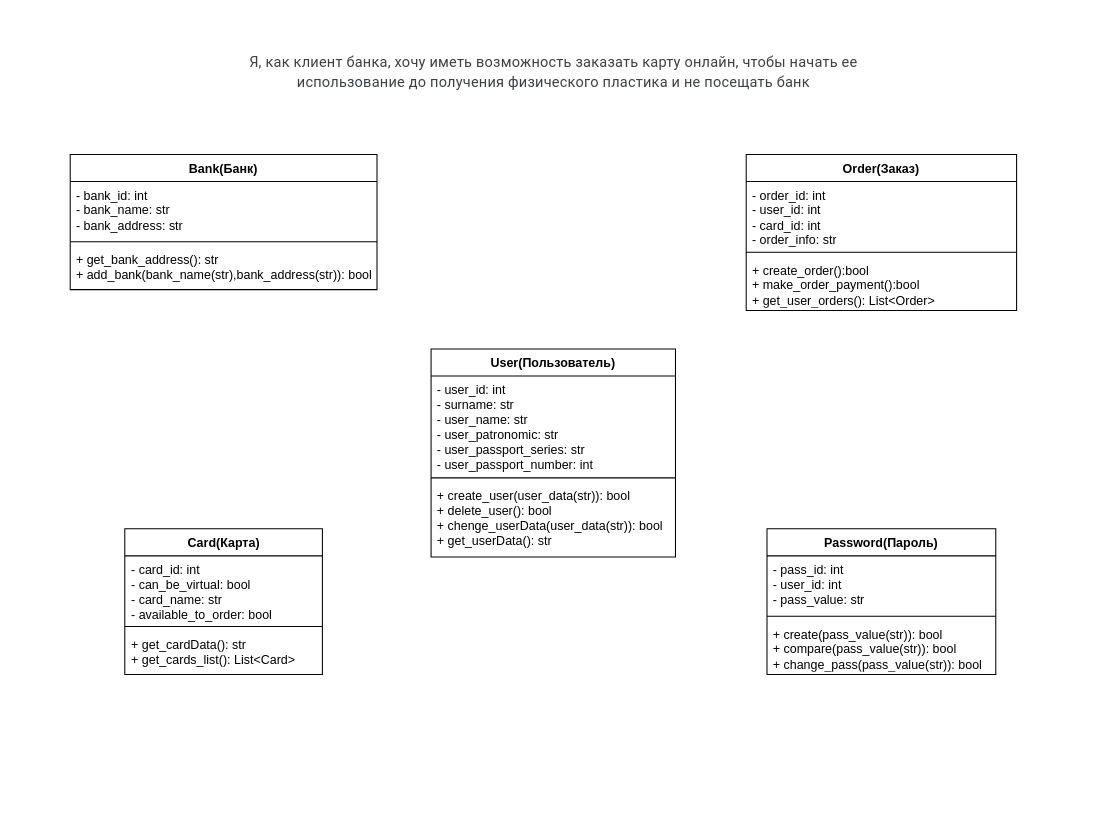
Earlier version of the draw.io diagram ClassDiagramBank.drawio (d8putat/Diagrams). Source tidied: cells renumbered, new cells numbered last; positions are measured from the earlier drawing's top-left corner, leaving out a move shared by most shapes. Both pictures are drawn from the tidied source at 104%, with x=0, y=0 at pixel (70, 40).
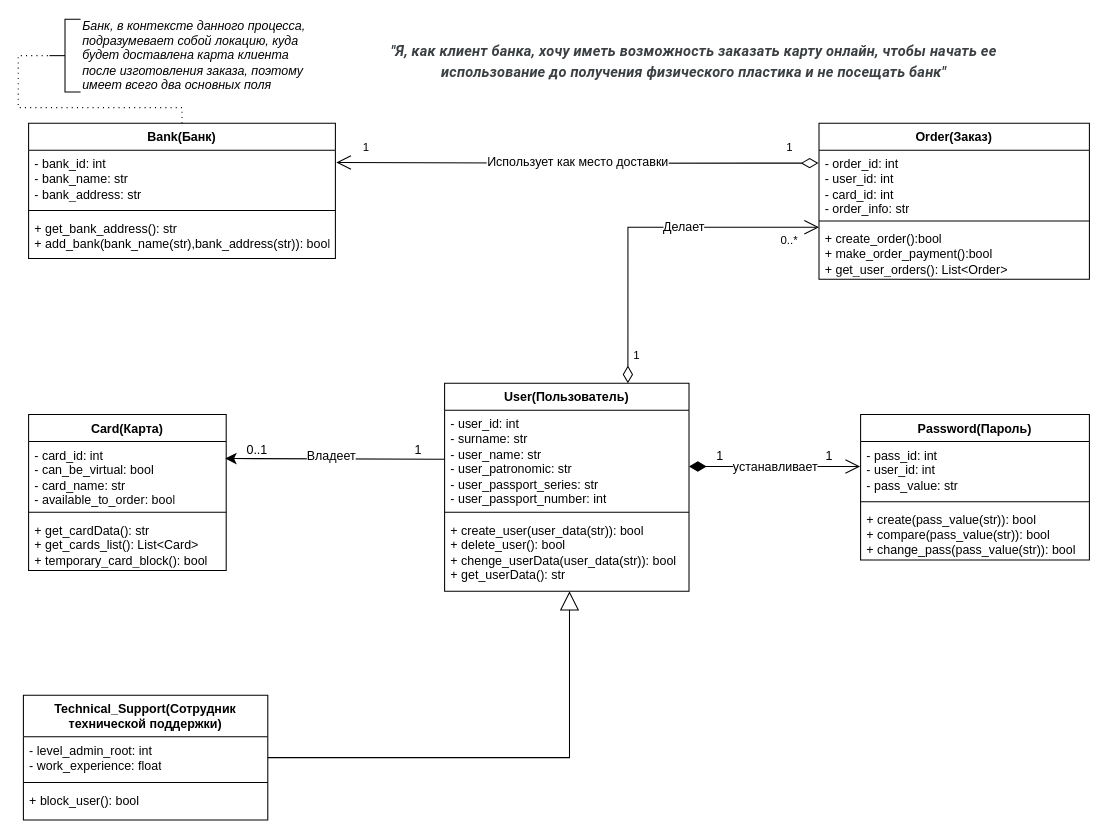
The same diagram, later.

The change refers to these unchanged cells:
```xml
<mxCell id="4" value="- bank_id: int&lt;div&gt;- bank_name: str&lt;/div&gt;&lt;div&gt;- bank_address: str&lt;/div&gt;" style="text;strokeColor=none;fillColor=none;align=left;verticalAlign=top;spacingLeft=4;spacingRight=4;overflow=hidden;points=[[0,0.5],[1,0.5]];portConstraint=eastwest;whiteSpace=wrap;html=1;" parent="3" vertex="1">
  <mxGeometry y="26" width="295" height="54" as="geometry" />
</mxCell>
<mxCell id="8" value="- card_id: int&lt;div&gt;- can_be_virtual: bool&lt;/div&gt;&lt;div&gt;- card_name: str&lt;/div&gt;&lt;div&gt;- available_to_order: bool&lt;/div&gt;" style="text;strokeColor=none;fillColor=none;align=left;verticalAlign=top;spacingLeft=4;spacingRight=4;overflow=hidden;points=[[0,0.5],[1,0.5]];portConstraint=eastwest;whiteSpace=wrap;html=1;" parent="7" vertex="1">
  <mxGeometry y="26" width="190" height="64" as="geometry" />
</mxCell>
<mxCell id="20" value="- order_id: int&lt;div&gt;- user_id: int&lt;/div&gt;&lt;div&gt;- card_id: int&lt;/div&gt;&lt;div&gt;- order_info: str&lt;/div&gt;" style="text;strokeColor=none;fillColor=none;align=left;verticalAlign=top;spacingLeft=4;spacingRight=4;overflow=hidden;points=[[0,0.5],[1,0.5]];portConstraint=eastwest;whiteSpace=wrap;html=1;" parent="19" vertex="1">
  <mxGeometry y="26" width="260" height="64" as="geometry" />
</mxCell>
<mxCell id="22" value="+ create_order():bool&lt;div&gt;+ make_order_payment():bool&lt;/div&gt;&lt;div&gt;+ get_user_orders(): List&amp;lt;Order&amp;gt;&lt;/div&gt;" style="text;strokeColor=none;fillColor=none;align=left;verticalAlign=top;spacingLeft=4;spacingRight=4;overflow=hidden;points=[[0,0.5],[1,0.5]];portConstraint=eastwest;whiteSpace=wrap;html=1;" parent="19" vertex="1">
  <mxGeometry y="98" width="260" height="52" as="geometry" />
</mxCell>
```

The edit, as a diff of the source:
```diff
@@
-    <mxCell id="2" value="&lt;span style=&quot;color: rgb(60, 64, 67); font-family: Roboto, Arial, sans-serif; font-size: 14px; letter-spacing: 0.2px; text-align: left;&quot;&gt;Я, как клиент банка, хочу иметь возможность заказать карту онлайн, чтобы начать ее использование до получения физического пластика и не посещать банк&lt;/span&gt;" style="text;html=1;align=center;verticalAlign=middle;whiteSpace=wrap;rounded=0;fontSize=16;" parent="1" vertex="1">
-      <mxGeometry x="135" width="660" height="60" as="geometry" />
+    <mxCell id="2" value="&lt;span style=&quot;color: rgb(60, 64, 67); font-family: Roboto, Arial, sans-serif; font-size: 14px; letter-spacing: 0.2px; text-align: left;&quot;&gt;&quot;Я, как клиент банка, хочу иметь возможность заказать карту онлайн, чтобы начать ее использование до получения физического пластика и не посещать банк&quot;&lt;/span&gt;" style="text;html=1;align=center;verticalAlign=middle;whiteSpace=wrap;rounded=0;fontSize=16;fontStyle=3;" parent="1" vertex="1">
+      <mxGeometry x="270" y="-10" width="660" height="60" as="geometry" />
     </mxCell>
     <mxCell id="3" value="Bank(Банк)" style="swimlane;fontStyle=1;align=center;verticalAlign=top;horizontal=1;startSize=26;whiteSpace=wrap;html=1;" parent="1" vertex="1">
-      <mxGeometry y="110" width="295" height="130" as="geometry" />
+      <mxGeometry x="-40" y="80" width="295" height="130" as="geometry" />
     </mxCell>
@@
     <mxCell id="7" value="Card(Карта)" style="swimlane;fontStyle=1;align=center;verticalAlign=top;horizontal=1;startSize=26;whiteSpace=wrap;html=1;" parent="1" vertex="1">
-      <mxGeometry x="52.5" y="470" width="190" height="140" as="geometry" />
+      <mxGeometry x="-40" y="360" width="190" height="150" as="geometry" />
     </mxCell>
@@
-    <mxCell id="10" value="+ get_cardData(): str&lt;div&gt;+ get_cards_list(): List&amp;lt;Card&amp;gt;&lt;/div&gt;" style="text;strokeColor=none;fillColor=none;align=left;verticalAlign=top;spacingLeft=4;spacingRight=4;overflow=hidden;whiteSpace=wrap;html=1;" parent="7" vertex="1">
-      <mxGeometry y="98" width="190" height="42" as="geometry" />
+    <mxCell id="10" value="+ get_cardData(): str&lt;div&gt;+ get_cards_list(): List&amp;lt;Card&amp;gt;&lt;/div&gt;&lt;div&gt;+ temporary_card_block(): bool&lt;/div&gt;" style="text;strokeColor=none;fillColor=none;align=left;verticalAlign=top;spacingLeft=4;spacingRight=4;overflow=hidden;whiteSpace=wrap;html=1;" parent="7" vertex="1">
+      <mxGeometry y="98" width="190" height="52" as="geometry" />
     </mxCell>
-    <mxCell id="11" value="User(Пользователь)" style="swimlane;fontStyle=1;align=center;verticalAlign=top;horizontal=1;startSize=26;whiteSpace=wrap;html=1;" parent="1" vertex="1">
-      <mxGeometry x="347" y="297" width="235" height="200" as="geometry" />
-    </mxCell>
-    <mxCell id="12" value="- user_id: int&lt;div&gt;- surname: str&lt;/div&gt;&lt;div&gt;- user_name: str&lt;/div&gt;&lt;div&gt;- user_patronomic: str&lt;/div&gt;&lt;div&gt;- user_passport_series: str&lt;/div&gt;&lt;div&gt;- user_passport_number: int&lt;/div&gt;" style="text;strokeColor=none;fillColor=none;align=left;verticalAlign=top;spacingLeft=4;spacingRight=4;overflow=hidden;points=[[0,0.5],[1,0.5]];portConstraint=eastwest;whiteSpace=wrap;html=1;" parent="11" vertex="1">
-      <mxGeometry y="26" width="235" height="94" as="geometry" />
-    </mxCell>
-    <mxCell id="13" style="line;strokeWidth=1;fillColor=none;align=left;verticalAlign=middle;spacingTop=-1;spacingLeft=3;spacingRight=3;labelPosition=right;strokeColor=inherit;" parent="11" vertex="1">
-      <mxGeometry y="120" width="235" height="8" as="geometry" />
-    </mxCell>
-    <mxCell id="14" value="+ create_user(user_data(str)): bool&lt;div&gt;+ delete_user(): bool&lt;/div&gt;&lt;div&gt;+ chenge_userData(user_data(str)): bool&lt;/div&gt;&lt;div&gt;+ get_userData(): str&lt;/div&gt;" style="text;strokeColor=none;fillColor=none;align=left;verticalAlign=top;spacingLeft=4;spacingRight=4;overflow=hidden;points=[[0,0.5],[1,0.5]];portConstraint=eastwest;whiteSpace=wrap;html=1;" parent="11" vertex="1">
-      <mxGeometry y="128" width="235" height="72" as="geometry" />
-    </mxCell>
     <mxCell id="15" value="Password(Пароль)" style="swimlane;fontStyle=1;align=center;verticalAlign=top;horizontal=1;startSize=26;whiteSpace=wrap;html=1;" parent="1" vertex="1">
-      <mxGeometry x="670" y="470" width="220" height="140" as="geometry" />
+      <mxGeometry x="760" y="360" width="220" height="140" as="geometry" />
     </mxCell>
@@
     <mxCell id="19" value="Order(Заказ)" style="swimlane;fontStyle=1;align=center;verticalAlign=top;horizontal=1;startSize=26;whiteSpace=wrap;html=1;" parent="1" vertex="1">
-      <mxGeometry x="650" y="110" width="260" height="150" as="geometry" />
+      <mxGeometry x="720" y="80" width="260" height="150" as="geometry" />
     </mxCell>
@@
+    <mxCell id="23" value="Technical_Support(Сотрудник технической поддержки)" style="swimlane;fontStyle=1;align=center;verticalAlign=top;horizontal=1;startSize=40;whiteSpace=wrap;html=1;" parent="1" vertex="1">
+      <mxGeometry x="-45" y="630" width="235" height="120" as="geometry" />
+    </mxCell>
+    <mxCell id="24" value="- level_admin_root: int&lt;div&gt;- work_experience: float&lt;/div&gt;" style="text;strokeColor=none;fillColor=none;align=left;verticalAlign=top;spacingLeft=4;spacingRight=4;overflow=hidden;points=[[0,0.5],[1,0.5]];portConstraint=eastwest;whiteSpace=wrap;html=1;" parent="23" vertex="1">
+      <mxGeometry y="40" width="235" height="40" as="geometry" />
+    </mxCell>
+    <mxCell id="25" style="line;strokeWidth=1;fillColor=none;align=left;verticalAlign=middle;spacingTop=-1;spacingLeft=3;spacingRight=3;labelPosition=right;strokeColor=inherit;" parent="23" vertex="1">
+      <mxGeometry y="80" width="235" height="8" as="geometry" />
+    </mxCell>
+    <mxCell id="26" value="+ block_user(): bool" style="text;strokeColor=none;fillColor=none;align=left;verticalAlign=top;spacingLeft=4;spacingRight=4;overflow=hidden;whiteSpace=wrap;html=1;" parent="23" vertex="1">
+      <mxGeometry y="88" width="235" height="32" as="geometry" />
+    </mxCell>
+    <mxCell id="11" value="User(Пользователь)" style="swimlane;fontStyle=1;align=center;verticalAlign=top;horizontal=1;startSize=26;whiteSpace=wrap;html=1;" parent="1" vertex="1">
+      <mxGeometry x="360" y="330" width="235" height="200" as="geometry" />
+    </mxCell>
+    <mxCell id="12" value="- user_id: int&lt;div&gt;- surname: str&lt;/div&gt;&lt;div&gt;- user_name: str&lt;/div&gt;&lt;div&gt;- user_patronomic: str&lt;/div&gt;&lt;div&gt;- user_passport_series: str&lt;/div&gt;&lt;div&gt;- user_passport_number: int&lt;/div&gt;" style="text;strokeColor=none;fillColor=none;align=left;verticalAlign=top;spacingLeft=4;spacingRight=4;overflow=hidden;points=[[0,0.5],[1,0.5]];portConstraint=eastwest;whiteSpace=wrap;html=1;" parent="11" vertex="1">
+      <mxGeometry y="26" width="235" height="94" as="geometry" />
+    </mxCell>
+    <mxCell id="13" style="line;strokeWidth=1;fillColor=none;align=left;verticalAlign=middle;spacingTop=-1;spacingLeft=3;spacingRight=3;labelPosition=right;strokeColor=inherit;" parent="11" vertex="1">
+      <mxGeometry y="120" width="235" height="8" as="geometry" />
+    </mxCell>
+    <mxCell id="14" value="+ create_user(user_data(str)): bool&lt;div&gt;+ delete_user(): bool&lt;/div&gt;&lt;div&gt;+ chenge_userData(user_data(str)): bool&lt;/div&gt;&lt;div&gt;+ get_userData(): str&lt;/div&gt;" style="text;strokeColor=none;fillColor=none;align=left;verticalAlign=top;spacingLeft=4;spacingRight=4;overflow=hidden;points=[[0,0.5],[1,0.5]];portConstraint=eastwest;whiteSpace=wrap;html=1;" parent="11" vertex="1">
+      <mxGeometry y="128" width="235" height="72" as="geometry" />
+    </mxCell>
+    <mxCell id="27" style="endArrow=block;endSize=16;endFill=0;html=1;rounded=0;fontSize=12;exitX=1;exitY=0.5;exitDx=0;exitDy=0;edgeStyle=orthogonalEdgeStyle;entryX=0.511;entryY=1;entryDx=0;entryDy=0;entryPerimeter=0;" parent="1" edge="1" source="24" target="14">
+      <mxGeometry relative="1" as="geometry" />
+    </mxCell>
+    <mxCell id="28" value="&lt;i&gt;Банк, в контексте данного процесса,&lt;/i&gt;&lt;div&gt;&lt;i&gt;подразумевает собой локацию, куда&lt;/i&gt;&lt;/div&gt;&lt;div&gt;&lt;i&gt;будет доставлена карта клиента&amp;nbsp;&lt;/i&gt;&lt;/div&gt;&lt;div&gt;&lt;i&gt;после изготовления заказа, поэтому&lt;/i&gt;&lt;/div&gt;&lt;div&gt;&lt;i&gt;имеет всего два основных поля&lt;/i&gt;&lt;/div&gt;" style="html=1;shape=mxgraph.flowchart.annotation_2;align=left;labelPosition=right;" parent="1" vertex="1">
+      <mxGeometry x="-20" y="-20" width="30" height="70" as="geometry" />
+    </mxCell>
+    <mxCell id="29" style="edgeStyle=orthogonalEdgeStyle;fontSize=12;html=1;endFill=0;startFill=0;endSize=6;startSize=6;dashed=1;dashPattern=1 4;endArrow=none;startArrow=none;rounded=0;exitX=0.5;exitY=0;exitDx=0;exitDy=0;entryX=0;entryY=0.5;entryDx=0;entryDy=0;entryPerimeter=0;" parent="1" edge="1" source="3" target="28">
+      <mxGeometry relative="1" as="geometry" />
+    </mxCell>
+    <mxCell id="30" value="1" style="text;html=1;align=center;verticalAlign=middle;whiteSpace=wrap;rounded=0;fontSize=12;" parent="1" vertex="1">
+      <mxGeometry x="710" y="390" width="40" height="20" as="geometry" />
+    </mxCell>
+    <mxCell id="31" value="1" style="text;html=1;align=center;verticalAlign=middle;whiteSpace=wrap;rounded=0;fontSize=12;" parent="1" vertex="1">
+      <mxGeometry x="610" y="395" width="30" height="10" as="geometry" />
+    </mxCell>
+    <mxCell id="32" style="edgeStyle=none;curved=1;rounded=0;jettySize=auto;html=1;exitX=0;exitY=0.5;exitDx=0;exitDy=0;entryX=0.995;entryY=0.256;entryDx=0;entryDy=0;entryPerimeter=0;fontSize=12;startSize=8;endSize=8;" parent="1" edge="1" source="12" target="8">
+      <mxGeometry relative="1" as="geometry" />
+    </mxCell>
+    <mxCell id="33" value="Владеет" style="edgeLabel;html=1;align=center;verticalAlign=middle;fontSize=12;" parent="32" vertex="1">
+      <mxGeometry x="-0.07" y="-3" relative="1" as="geometry">
+        <mxPoint x="-12" as="offset" />
+      </mxGeometry>
+    </mxCell>
+    <mxCell id="34" value="1" style="text;html=1;align=center;verticalAlign=middle;whiteSpace=wrap;rounded=0;fontSize=12;" parent="1" vertex="1">
+      <mxGeometry x="320" y="390" width="30" height="10" as="geometry" />
+    </mxCell>
+    <mxCell id="35" value="0..1" style="text;html=1;align=center;verticalAlign=middle;whiteSpace=wrap;rounded=0;fontSize=12;" parent="1" vertex="1">
+      <mxGeometry x="160" y="385" width="40" height="20" as="geometry" />
+    </mxCell>
+    <mxCell id="36" value="&lt;div&gt;&lt;br&gt;&lt;/div&gt;&lt;div&gt;&lt;br&gt;&lt;/div&gt;" style="endArrow=open;html=1;endSize=12;startArrow=diamondThin;startSize=14;startFill=1;align=left;verticalAlign=bottom;rounded=0;fontSize=12;exitX=1.002;exitY=0.67;exitDx=0;exitDy=0;exitPerimeter=0;" parent="1" edge="1">
+      <mxGeometry x="-0.62" y="30" relative="1" as="geometry">
+        <mxPoint x="595" y="410" as="sourcePoint" />
+        <mxPoint x="759.5" y="410" as="targetPoint" />
+      </mxGeometry>
+    </mxCell>
+    <mxCell id="37" value="устанавливает" style="edgeLabel;html=1;align=center;verticalAlign=middle;fontSize=12;" parent="36" vertex="1">
+      <mxGeometry relative="1" as="geometry" />
+    </mxCell>
+    <mxCell id="38" value="Делает" style="endArrow=open;html=1;endSize=12;startArrow=diamondThin;startSize=14;startFill=0;edgeStyle=orthogonalEdgeStyle;rounded=0;fontSize=12;exitX=0.75;exitY=0;exitDx=0;exitDy=0;entryX=0;entryY=0.038;entryDx=0;entryDy=0;entryPerimeter=0;" parent="1" edge="1" source="11" target="22">
+      <mxGeometry x="0.22" relative="1" as="geometry" />
+    </mxCell>
+    <mxCell id="39" value="1" style="edgeLabel;html=1;align=left;verticalAlign=top;" parent="38" vertex="1">
+      <mxGeometry x="-1" relative="1" as="geometry">
+        <mxPoint x="4" y="-40" as="offset" />
+      </mxGeometry>
+    </mxCell>
+    <mxCell id="40" value="0..*" style="edgeLabel;html=1;align=right;verticalAlign=top;" parent="38" vertex="1">
+      <mxGeometry x="1" relative="1" as="geometry">
+        <mxPoint x="-20" as="offset" />
+      </mxGeometry>
+    </mxCell>
+    <mxCell id="41" value="Использует как место доставки" style="endArrow=open;html=1;endSize=12;startArrow=diamondThin;startSize=14;startFill=0;edgeStyle=orthogonalEdgeStyle;rounded=0;fontSize=12;exitX=-0.002;exitY=0.193;exitDx=0;exitDy=0;entryX=1.003;entryY=0.216;entryDx=0;entryDy=0;entryPerimeter=0;exitPerimeter=0;" parent="1" edge="1" source="20" target="4">
+      <mxGeometry relative="1" as="geometry" />
+    </mxCell>
+    <mxCell id="42" value="1" style="edgeLabel;html=1;align=left;verticalAlign=top;" parent="41" vertex="1">
+      <mxGeometry x="-1" relative="1" as="geometry">
+        <mxPoint x="-32" y="-28" as="offset" />
+      </mxGeometry>
+    </mxCell>
+    <mxCell id="43" value="1" style="edgeLabel;html=1;align=right;verticalAlign=top;" parent="41" vertex="1">
+      <mxGeometry x="1" relative="1" as="geometry">
+        <mxPoint x="32" y="-28" as="offset" />
+      </mxGeometry>
+    </mxCell>
```
